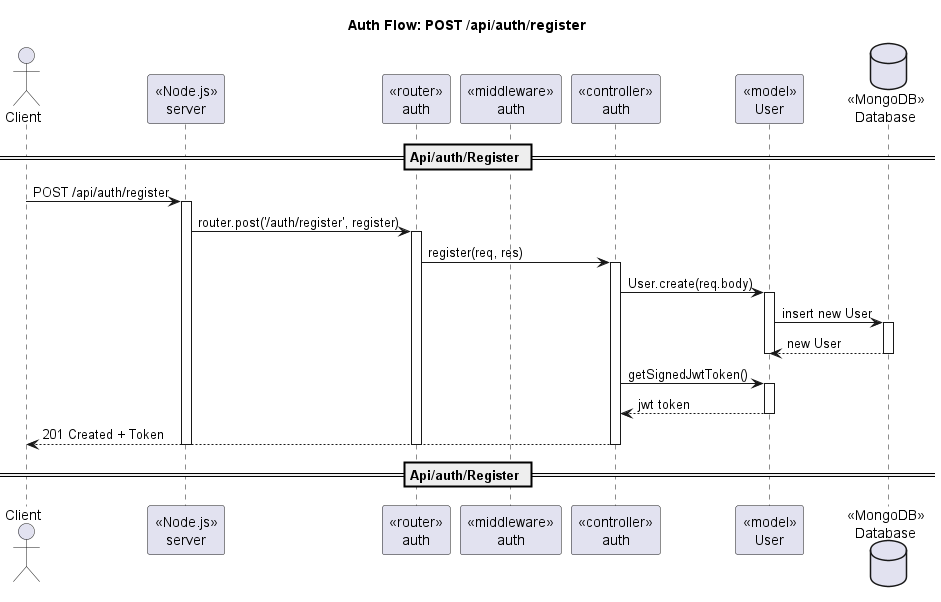
Earlier version of the PlantUML export out/docs/diagram/sequence/seq_auth_register_post.png (098ff/ArtmaybeDEV).
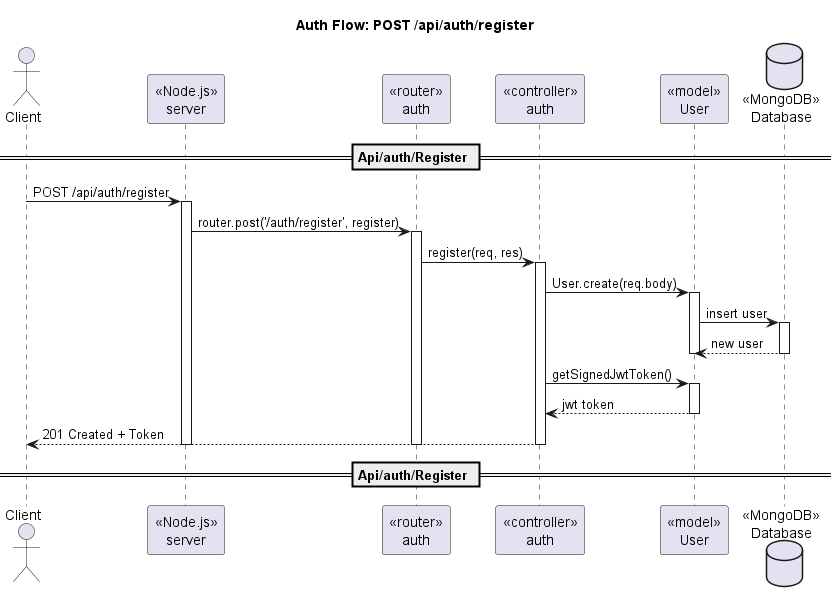
Above is the later version.

Change to the diagram source:
```diff
@@ -3,7 +3,6 @@
 actor Client
 participant "«Node.js»\nserver" as Server
 participant "«router»\nauth" as Router
-participant "«middleware»\nauth" as AuthMW
 participant "«controller»\nauth" as Ctrl
 participant "«model»\nUser" as UserModel
 database "«MongoDB»\nDatabase" as DB
@@ -17,9 +16,9 @@
 activate Ctrl
 Ctrl -> UserModel : User.create(req.body)
 activate UserModel
-UserModel -> DB : insert new User
+UserModel -> DB : insert user
 activate DB
-DB --> UserModel : new User
+DB --> UserModel : new user
 deactivate DB
 deactivate UserModel
 Ctrl -> UserModel : getSignedJwtToken()
```
